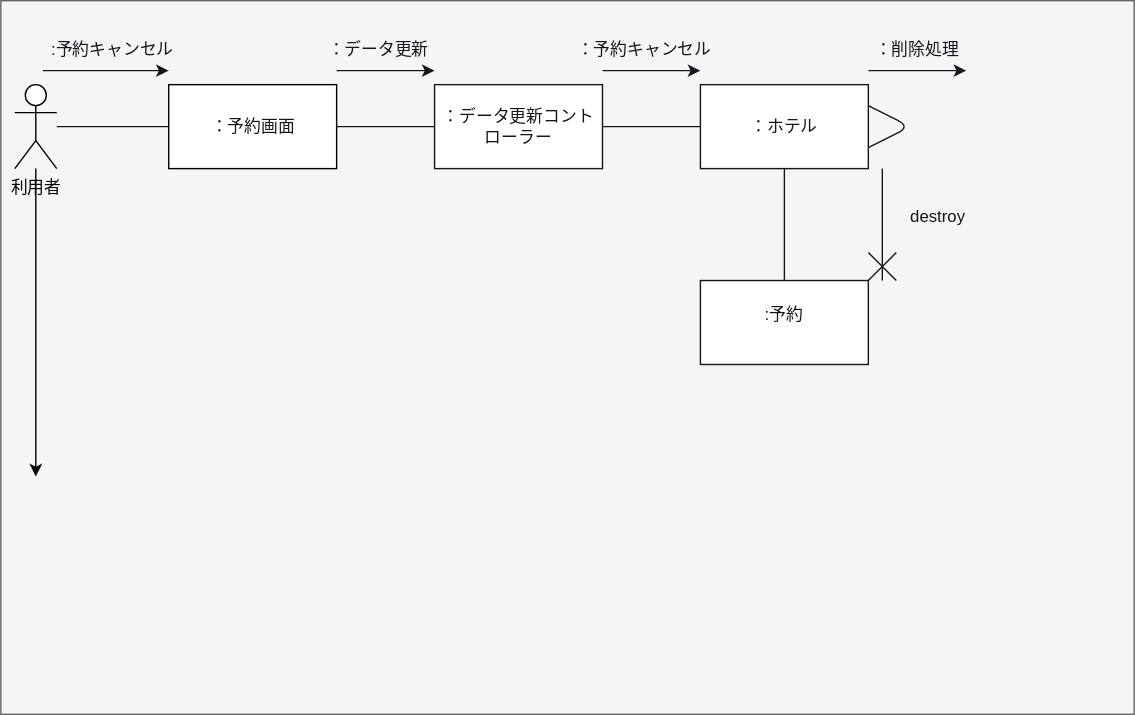
youryota/uml-introduction keeps this draw.io diagram as 演習5-2_CD_予約登録削除.drawio.svg. Above is the earlier version. Source tidied: cells renumbered, new cells last; positions are measured from the earlier drawing's top-left corner, leaving out a move shared by most shapes.
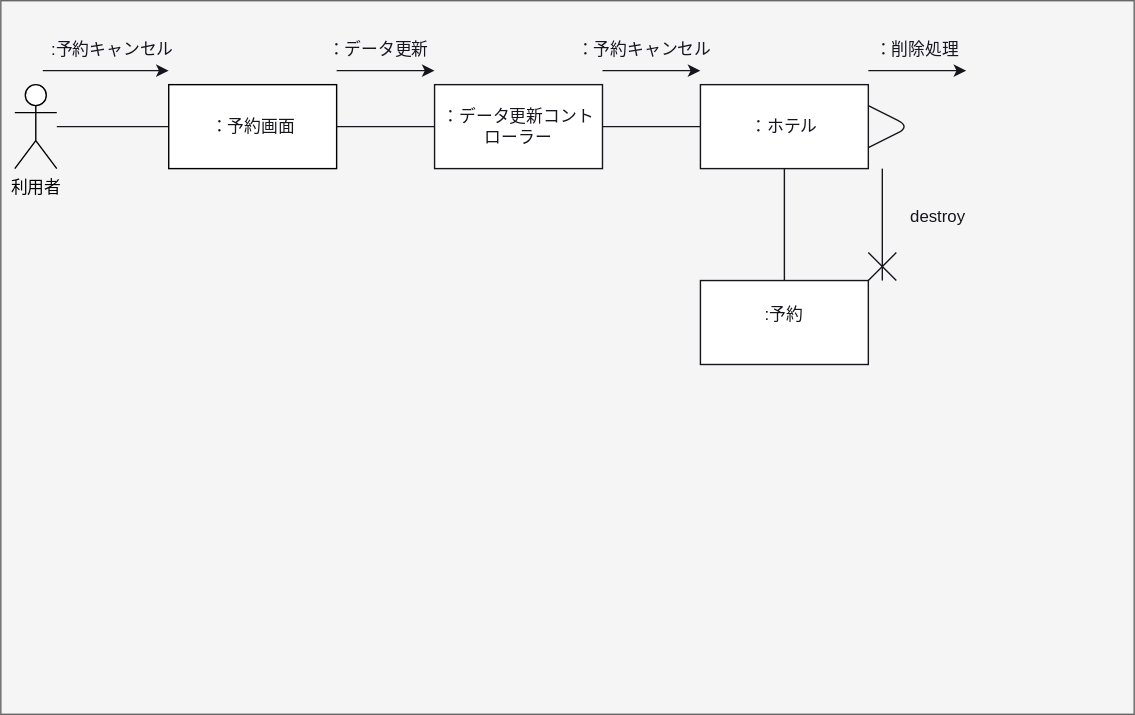
After the change.

Diff of the diagram source:
```diff
@@ -5,11 +5,6 @@
     <mxCell id="2" style="rounded=0;whiteSpace=wrap;html=1;fillColor=#f5f5f5;strokeColor=#666666;fontColor=#333333;" parent="1" vertex="1">
       <mxGeometry width="810" height="510" as="geometry" />
     </mxCell>
-    <mxCell id="3" style="edgeStyle=none;html=1;" parent="1" edge="1" source="4">
-      <mxGeometry relative="1" as="geometry">
-        <mxPoint x="25" y="340" as="targetPoint" />
-      </mxGeometry>
-    </mxCell>
     <mxCell id="4" value="&lt;font color=&quot;#000000&quot;&gt;利用者&lt;/font&gt;" style="shape=umlActor;verticalLabelPosition=bottom;verticalAlign=top;html=1;outlineConnect=0;strokeColor=#000000;" parent="1" vertex="1">
       <mxGeometry x="10" y="60" width="30" height="60" as="geometry" />
     </mxCell>
```
